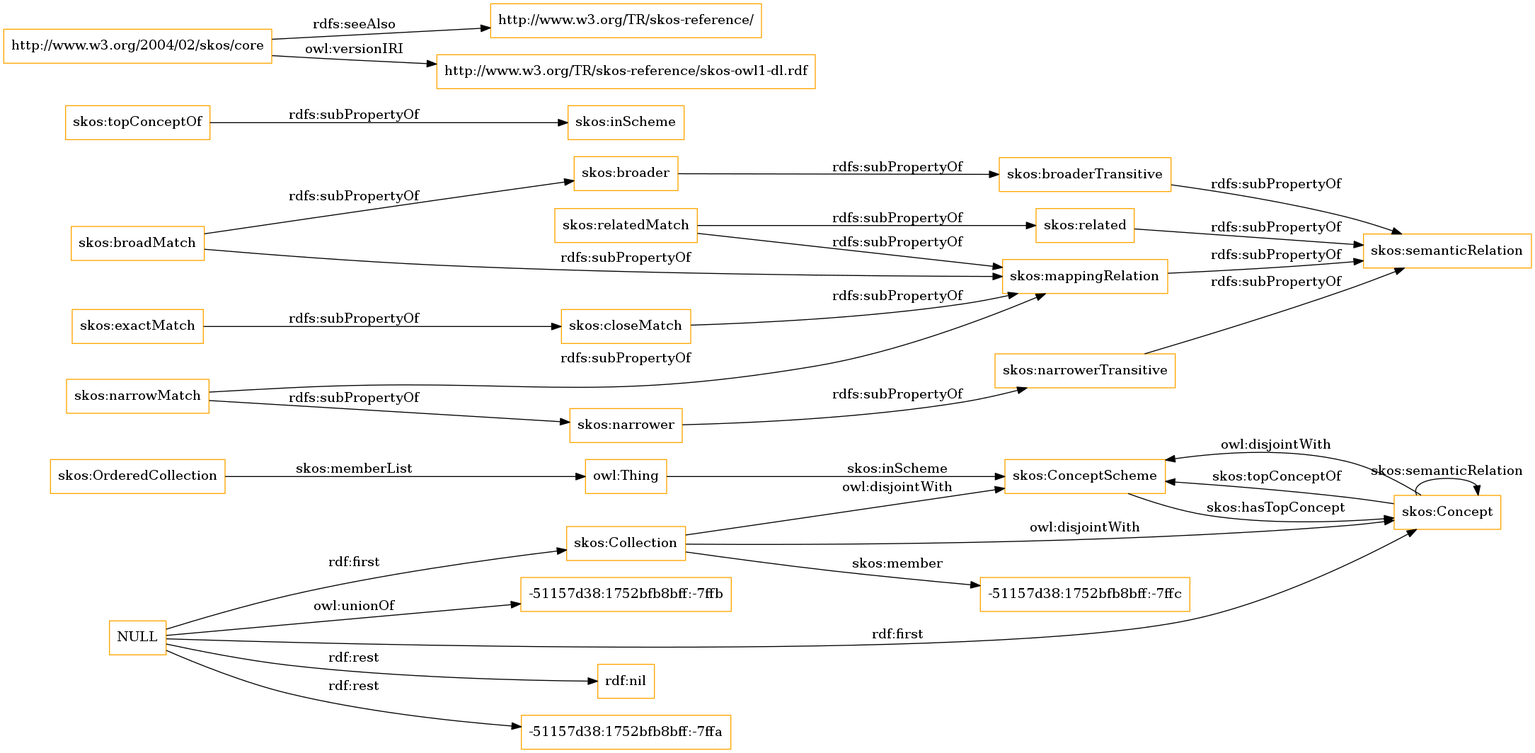
Before: OnToology/imports/skos.owl/diagrams/ar2dtool-class/skos.owl.png, a diagram exported from Graphviz (OnToologyUser/core-ontology-1). Its source is kept beside it as OnToology/imports/skos.owl/diagrams/ar2dtool-class/skos.owl.png.dot.
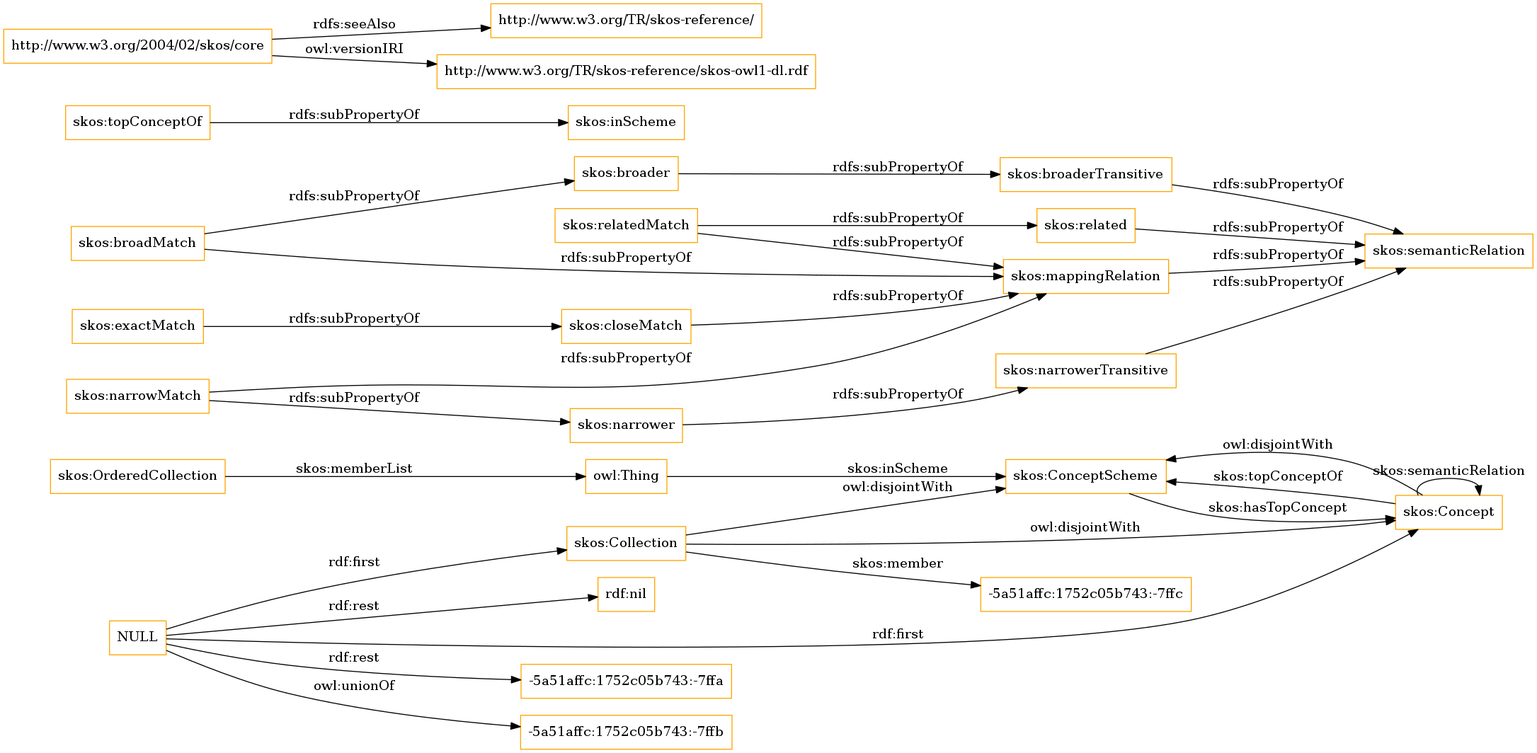
The same diagram one commit later.

What changed in the source:
```diff
@@ -1,13 +1,13 @@
 digraph ar2dtool_diagram {
 rankdir=LR;
 size="1501"
-node [shape = rectangle, color="orange"]; "skos:OrderedCollection" "skos:ConceptScheme" "skos:Concept" "skos:Collection" "-51157d38:1752bfb8bff:-7ffc" ; /*classes style*/
+node [shape = rectangle, color="orange"]; "skos:OrderedCollection" "skos:ConceptScheme" "skos:Concept" "skos:Collection" "-5a51affc:1752c05b743:-7ffc" ; /*classes style*/
 	"skos:narrowerTransitive" -> "skos:semanticRelation" [ label = "rdfs:subPropertyOf" ];
+	"NULL" -> "-5a51affc:1752c05b743:-7ffa" [ label = "rdf:rest" ];
+	"NULL" -> "skos:Collection" [ label = "rdf:first" ];
+	"NULL" -> "-5a51affc:1752c05b743:-7ffb" [ label = "owl:unionOf" ];
 	"NULL" -> "rdf:nil" [ label = "rdf:rest" ];
 	"NULL" -> "skos:Concept" [ label = "rdf:first" ];
-	"NULL" -> "-51157d38:1752bfb8bff:-7ffa" [ label = "rdf:rest" ];
-	"NULL" -> "skos:Collection" [ label = "rdf:first" ];
-	"NULL" -> "-51157d38:1752bfb8bff:-7ffb" [ label = "owl:unionOf" ];
 	"skos:closeMatch" -> "skos:mappingRelation" [ label = "rdfs:subPropertyOf" ];
 	"skos:Concept" -> "skos:ConceptScheme" [ label = "owl:disjointWith" ];
 	"skos:relatedMatch" -> "skos:related" [ label = "rdfs:subPropertyOf" ];
@@ -30,7 +30,7 @@
 	"skos:OrderedCollection" -> "owl:Thing" [ label = "skos:memberList" ];
 	"skos:Concept" -> "skos:ConceptScheme" [ label = "skos:topConceptOf" ];
 	"skos:Concept" -> "skos:Concept" [ label = "skos:semanticRelation" ];
-	"skos:Collection" -> "-51157d38:1752bfb8bff:-7ffc" [ label = "skos:member" ];
+	"skos:Collection" -> "-5a51affc:1752c05b743:-7ffc" [ label = "skos:member" ];
 	"skos:ConceptScheme" -> "skos:Concept" [ label = "skos:hasTopConcept" ];
 	"owl:Thing" -> "skos:ConceptScheme" [ label = "skos:inScheme" ];
 
```
